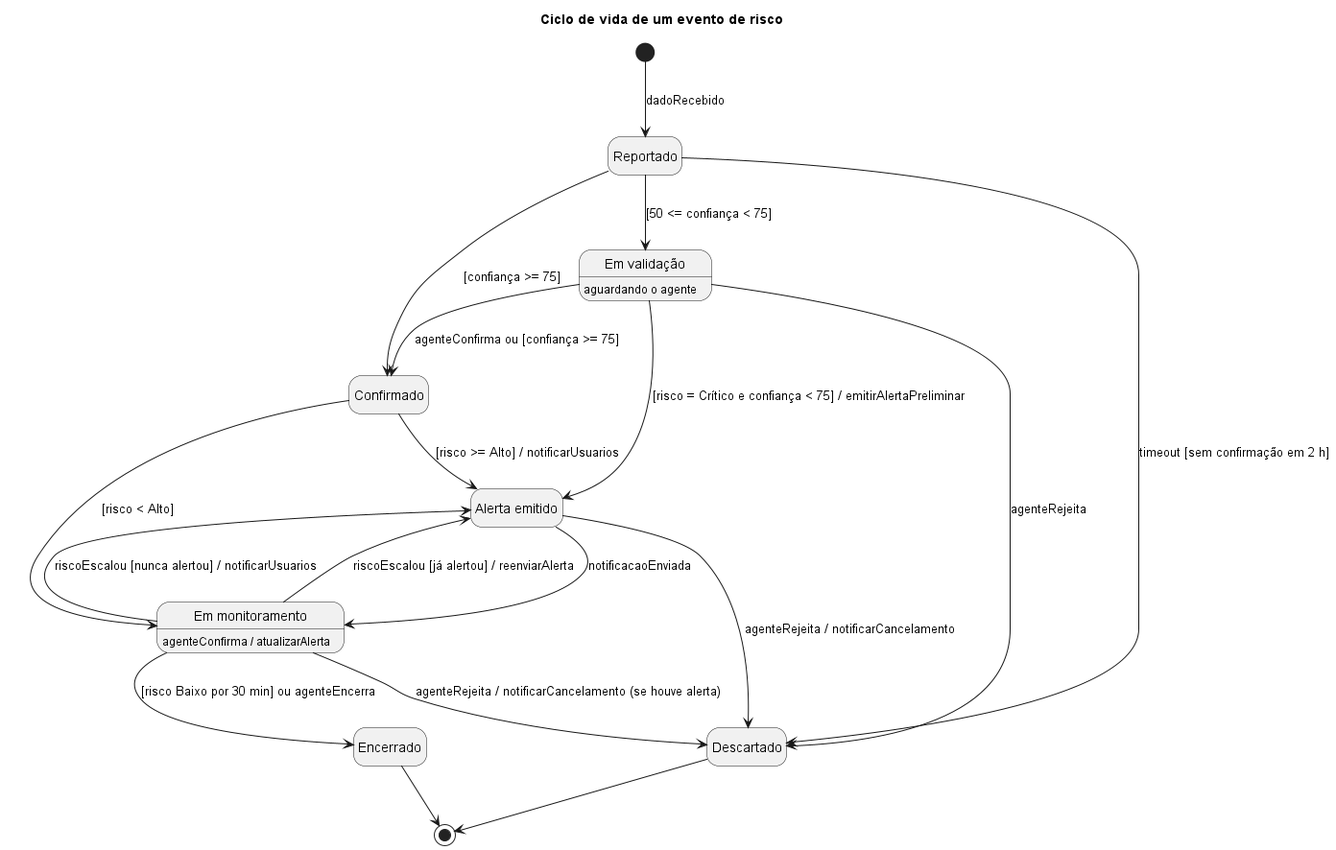
The PlantUML diagram docs/diagramas/estados.png in IsaacEmerick/urban-risk-platform, before a commit.
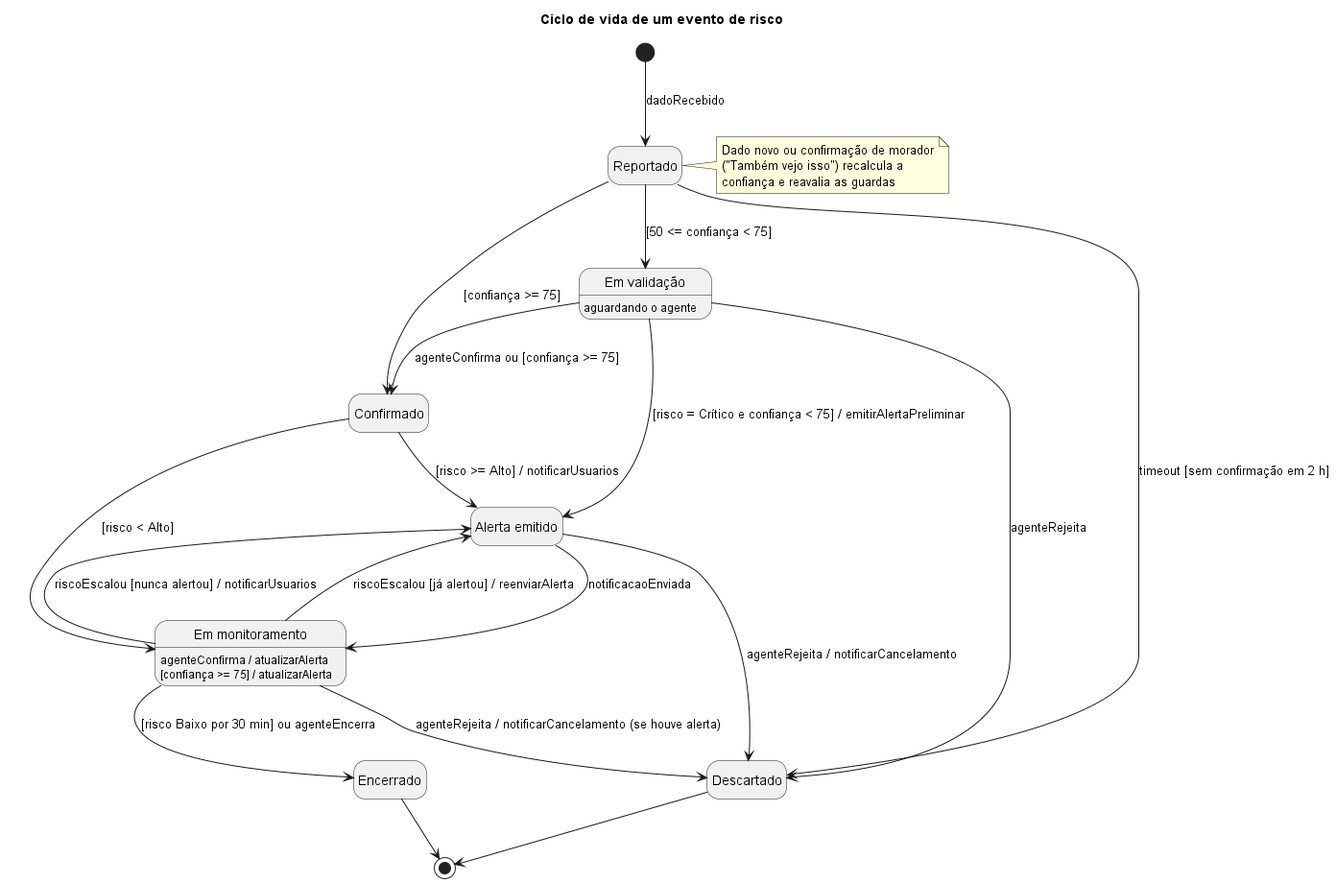
After the change.

What changed in the source:
```diff
@@ -11,6 +11,12 @@
 
 EmValidacao : aguardando o agente
 EmMonitoramento : agenteConfirma / atualizarAlerta
+EmMonitoramento : [confiança >= 75] / atualizarAlerta
+note right of Reportado
+  Dado novo ou confirmação de morador
+  ("Também vejo isso") recalcula a
+  confiança e reavalia as guardas
+end note
 
 [*] --> Reportado : dadoRecebido
 Reportado --> Confirmado : [confiança >= 75]
```
